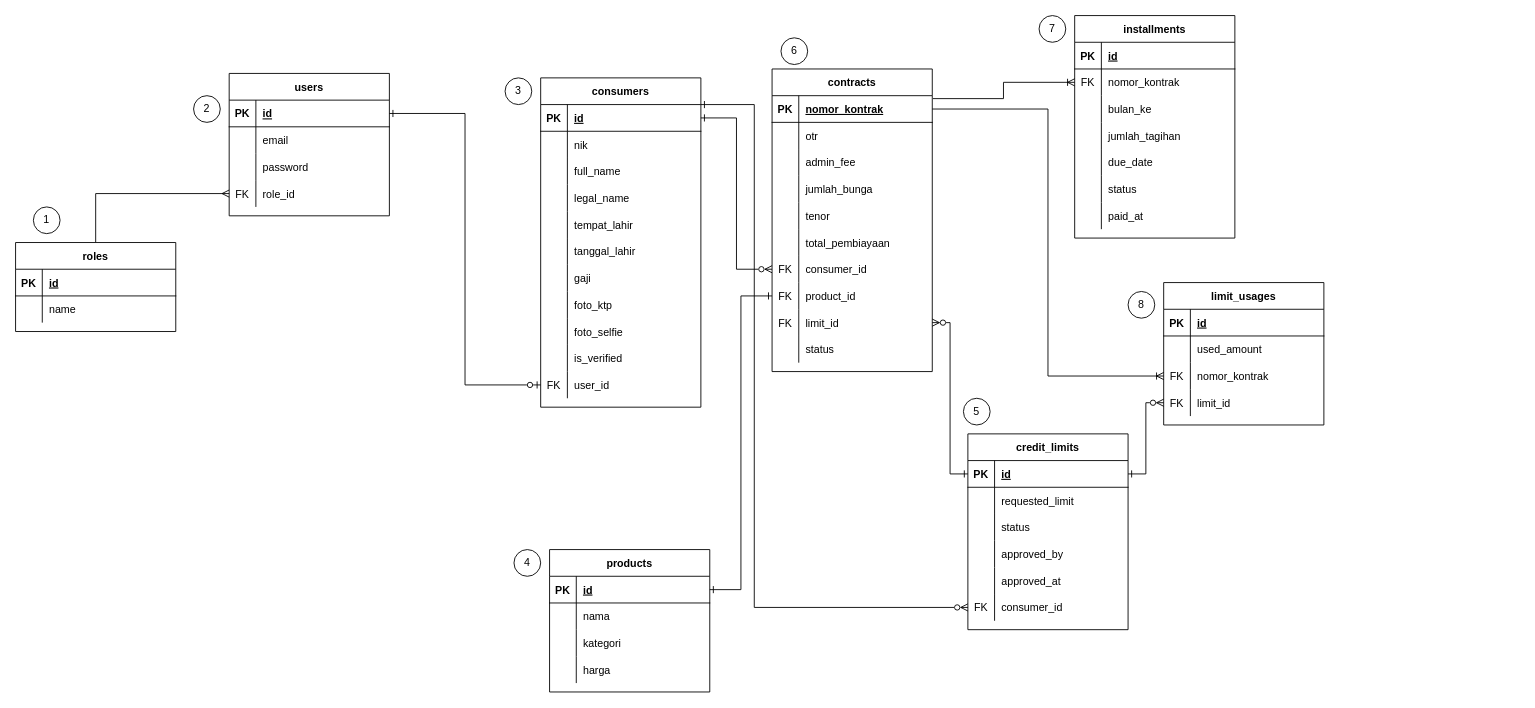
Before: page "ERD" (2 of 7) of docs/docs.drawio in skyespirates/sikmatek, a draw.io diagram. Source tidied: cells renumbered, new cells numbered last; positions are measured from the earlier drawing's top-left corner, leaving out a move shared by most shapes. Both pictures are drawn from the tidied source at 89%, with x=0, y=0 at pixel (15, 15).
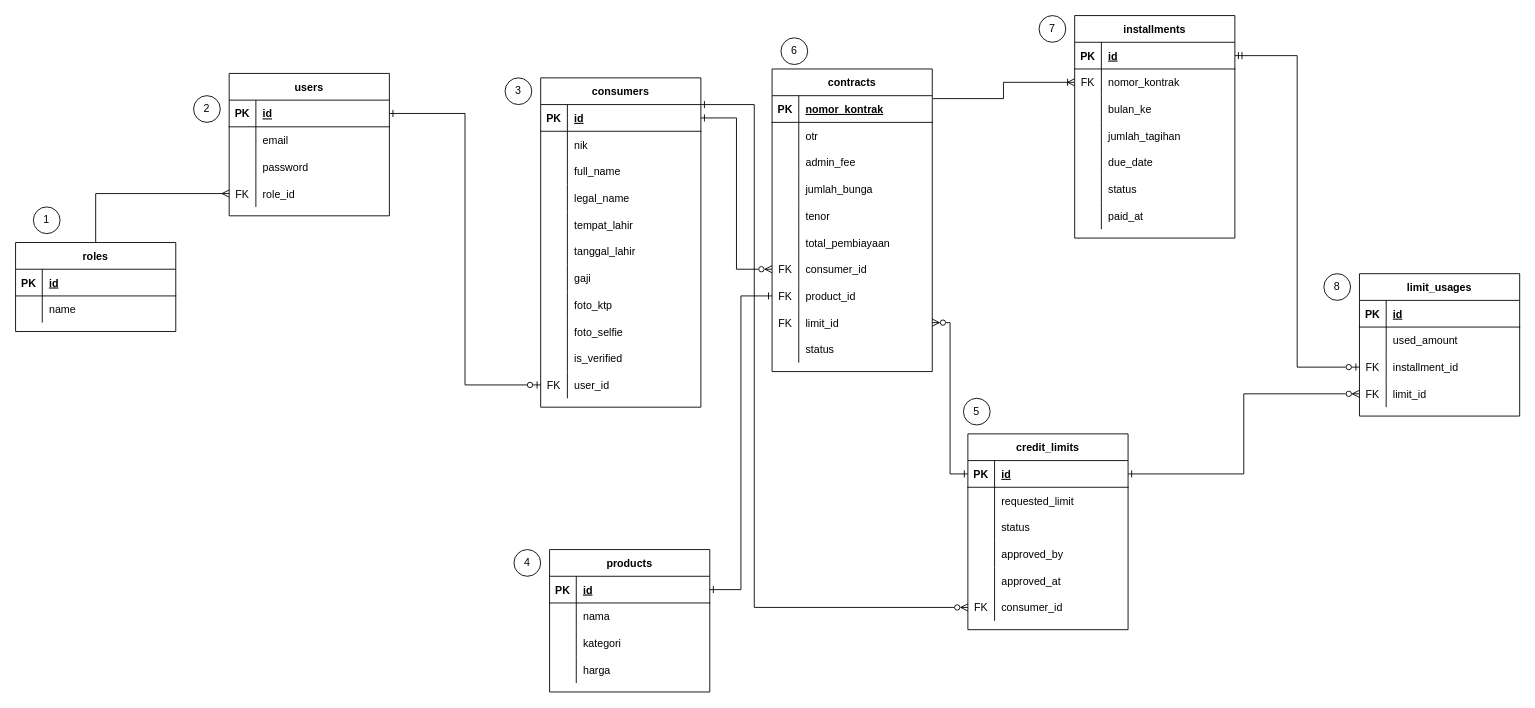
Above is the later version.

Commit message (it also covers changes not shown here):
feat: menambahkan data untuk kolom jumlah_tagihan dan due_date pada tabel installments pada saat aktivasi kontrak

Unchanged cells that the change refers to:
```xml
<mxCell id="69" style="shape=partialRectangle;fillColor=none;top=0;left=0;bottom=1;right=0;points=[[0,0.5],[1,0.5]];portConstraint=eastwest;" parent="68" vertex="1">
  <mxGeometry y="30" width="180" height="30" as="geometry" />
</mxCell>
<mxCell id="100" style="shape=partialRectangle;fillColor=none;top=0;left=0;bottom=1;right=0;points=[[0,0.5],[1,0.5]];portConstraint=eastwest;" parent="99" vertex="1">
  <mxGeometry y="30" width="180" height="30" as="geometry" />
</mxCell>
<mxCell id="128" style="shape=partialRectangle;fillColor=none;top=0;left=0;bottom=0;right=0;points=[[0,0.5],[1,0.5]];portConstraint=eastwest;" parent="121" vertex="1">
  <mxGeometry y="90" width="180" height="30" as="geometry" />
</mxCell>
```

The edit, as a diff of the source:
```diff
@@
     <mxCell id="121" value="limit_usages" style="shape=table;startSize=30;childLayout=tableLayout;rowLines=0;fontStyle=1;align=center;" parent="1" vertex="1">
-      <mxGeometry x="1290" y="300" width="180" height="160" as="geometry" />
+      <mxGeometry x="1510" y="290" width="180" height="160" as="geometry" />
     </mxCell>
@@
-    <mxCell id="130" value="nomor_kontrak" style="shape=partialRectangle;fillColor=none;top=0;left=0;bottom=0;right=0;align=left;spacingLeft=6;overflow=hidden;" parent="128" vertex="1">
+    <mxCell id="130" value="installment_id" style="shape=partialRectangle;fillColor=none;top=0;left=0;bottom=0;right=0;align=left;spacingLeft=6;overflow=hidden;" parent="128" vertex="1">
       <mxGeometry x="30" width="150" height="30" as="geometry" />
     </mxCell>
@@
-    <mxCell id="159" style="edgeStyle=orthogonalEdgeStyle;rounded=0;jettySize=auto;html=1;entryX=0;entryY=0.5;entryDx=0;entryDy=0;endArrow=ERoneToMany;endFill=0;" parent="1" edge="1" source="69" target="128">
-      <mxGeometry relative="1" as="geometry" />
-    </mxCell>
@@
     <mxCell id="167" value="8" style="ellipse;whiteSpace=wrap;html=1;" parent="1" vertex="1">
-      <mxGeometry x="1250" y="310" width="30" height="30" as="geometry" />
+      <mxGeometry x="1470" y="290" width="30" height="30" as="geometry" />
     </mxCell>
@@
+    <mxCell id="171" style="edgeStyle=orthogonalEdgeStyle;rounded=0;jettySize=auto;html=1;entryX=0;entryY=0.5;entryDx=0;entryDy=0;endArrow=ERzeroToOne;endFill=0;startArrow=ERmandOne;startFill=0;" parent="1" edge="1" source="100" target="128">
+      <mxGeometry relative="1" as="geometry" />
+    </mxCell>
```
